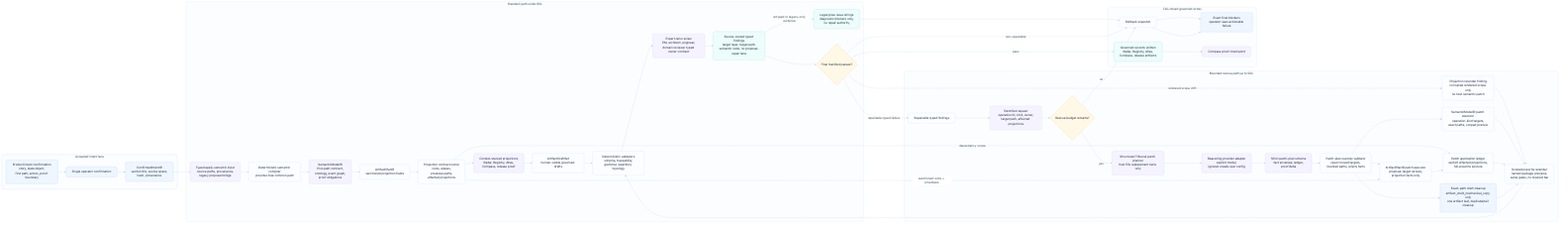
Earlier version of the Mermaid export odylith/atlas/source/domain-intelligence-greenfield-governance.png (odylith/odylith). Its source is kept beside it as odylith/atlas/source/domain-intelligence-greenfield-governance.mmd.
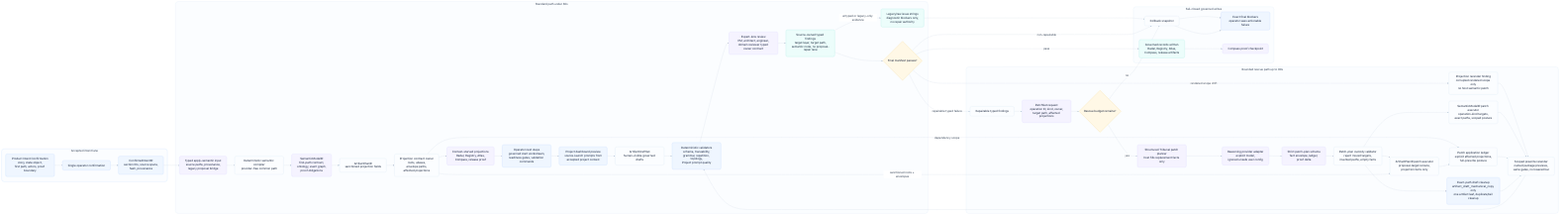
After the change.

The edit, as a diff of the source:
```diff
@@ -14,8 +14,10 @@
       artifact_plan["ArtifactPlanIR<br/>sanctioned projection fields"]
       projection_contract["Projection contract owner<br/>roots, aliases,<br/>envelope paths,<br/>affected projections"]
       projections["Context-starved projections<br/>Radar, Registry, Atlas,<br/>Compass, release proof"]
+      next_steps["Operator next steps<br/>governed start workstream,<br/>readiness gates, validation commands"]
+      project_dashboard["Project dashboard preview<br/>source-launch prompts from<br/>accepted project context"]
       draft_set["ArtifactDraftSet<br/>human-visible governed drafts"]
-      validators["Deterministic validators<br/>schema, traceability,<br/>grammar, repetition, topology"]
+      validators["Deterministic validators<br/>schema, traceability,<br/>grammar, repetition, topology,<br/>Project prompt quality"]
       expert_lenses["Expert-lens review<br/>PM, architect, engineer,<br/>domain reviewer typed owner contract"]
       typed_findings["Source-owned typed findings<br/>target layer, target path,<br/>semantic node, no proposal-repair lane"]
       legacy_blockers["Legacy/raw issue strings<br/>diagnostic blockers only,<br/>no repair authority"]
@@ -48,7 +50,7 @@
     end
 
     visible_intent --> confirm --> confirmed_ir
-    confirmed_ir --> apply_input --> compiler --> semantic_ir --> artifact_plan --> projection_contract --> projections --> draft_set
+    confirmed_ir --> apply_input --> compiler --> semantic_ir --> artifact_plan --> projection_contract --> projections --> next_steps --> project_dashboard --> draft_set
     draft_set --> validators --> expert_lenses --> typed_findings --> final_manifest
     typed_findings -- "untyped or legacy-only evidence" --> legacy_blockers --> rollback
     final_manifest -- "pass" --> writes --> proof_log
@@ -73,7 +75,7 @@
     classDef rescue fill:#FFF7ED,stroke:#FDBA74,color:#17233A,stroke-width:1.2px;
     classDef write fill:#F0FDF4,stroke:#86EFAC,color:#17233A,stroke-width:1.2px;
     class visible_intent,confirm,confirmed_ir intent;
-    class apply_input,compiler,semantic_ir,artifact_plan,projection_contract,projections,draft_set,validators,expert_lenses,typed_findings,legacy_blockers,final_manifest standard;
+    class apply_input,compiler,semantic_ir,artifact_plan,projection_contract,projections,next_steps,project_dashboard,draft_set,validators,expert_lenses,typed_findings,legacy_blockers,final_manifest standard;
     class repairable,patchset,rescue_budget,tribunal_planner,provider_adapter,strict_schema,custody_check,semantic_apply,plan_apply,scope_ledger,projection_rerender,copy_repair,rerender rescue;
     class writes,rollback,blockers,proof_log write;
 
```
